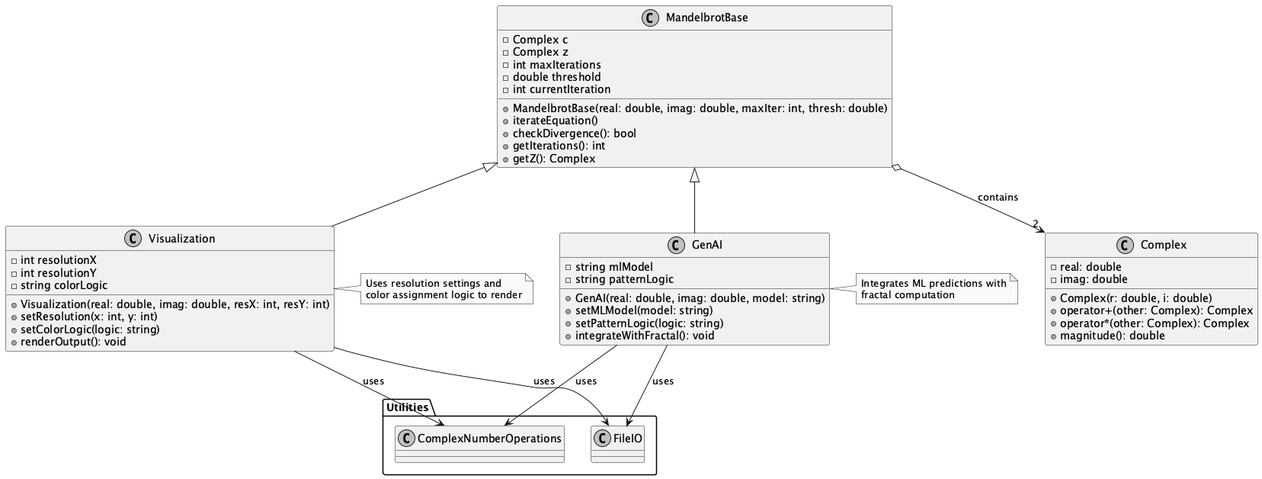
Earlier version of the PlantUML export uml.png (griffinkrutherford/AlmndBrd-Mandelbrot). Source of this version:
```plantuml
@startuml
skinparam monochrome true

class Complex {
  -real: double
  -imag: double
  +Complex(r: double, i: double)
  +operator+(other: Complex): Complex
  +operator*(other: Complex): Complex
  +magnitude(): double
}

class MandelbrotBase {
  -Complex c
  -Complex z
  -int maxIterations
  -double threshold
  -int currentIteration
  +MandelbrotBase(real: double, imag: double, maxIter: int, thresh: double)
  +iterateEquation()
  +checkDivergence(): bool
  +getIterations(): int
  +getZ(): Complex
}
MandelbrotBase o--> "2" Complex : contains

class Visualization {
  -int resolutionX
  -int resolutionY
  -string colorLogic
  +Visualization(real: double, imag: double, resX: int, resY: int)
  +setResolution(x: int, y: int)
  +setColorLogic(logic: string)
  +renderOutput(): void
}
MandelbrotBase <|-- Visualization

class GenAI {
  -string mlModel
  -string patternLogic
  +GenAI(real: double, imag: double, model: string)
  +setMLModel(model: string)
  +setPatternLogic(logic: string)
  +integrateWithFractal(): void
}
MandelbrotBase <|-- GenAI

note right of Visualization
  Uses resolution settings and
  color assignment logic to render
end note

note right of GenAI
  Integrates ML predictions with
  fractal computation
end note

package "Utilities" {
  class ComplexNumberOperations
  class FileIO
}
Visualization --> ComplexNumberOperations : uses
Visualization --> FileIO : uses
GenAI --> ComplexNumberOperations : uses
GenAI --> FileIO : uses

@enduml
```
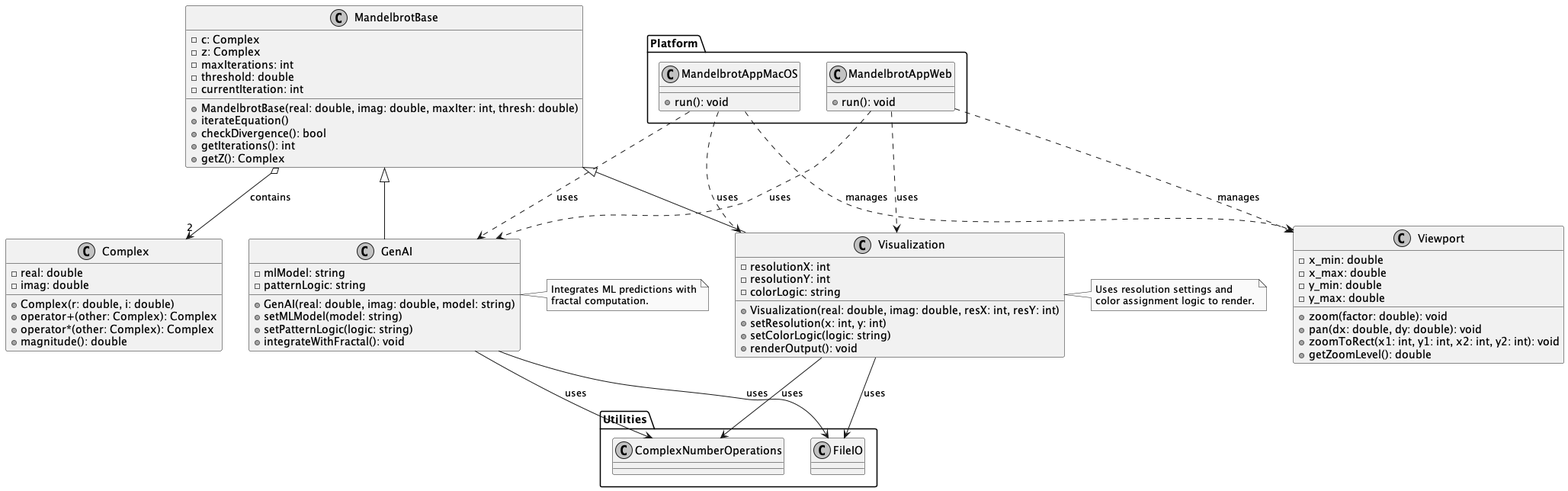
After the change.

What changed in the source:
```diff
@@ -2,57 +2,68 @@
 skinparam monochrome true
 
 class Complex {
-  -real: double
-  -imag: double
-  +Complex(r: double, i: double)
-  +operator+(other: Complex): Complex
-  +operator*(other: Complex): Complex
-  +magnitude(): double
+  - real: double
+  - imag: double
+  + Complex(r: double, i: double)
+  + operator+(other: Complex): Complex
+  + operator*(other: Complex): Complex
+  + magnitude(): double
 }
 
 class MandelbrotBase {
-  -Complex c
-  -Complex z
-  -int maxIterations
-  -double threshold
-  -int currentIteration
-  +MandelbrotBase(real: double, imag: double, maxIter: int, thresh: double)
-  +iterateEquation()
-  +checkDivergence(): bool
-  +getIterations(): int
-  +getZ(): Complex
+  - c: Complex
+  - z: Complex
+  - maxIterations: int
+  - threshold: double
+  - currentIteration: int
+  + MandelbrotBase(real: double, imag: double, maxIter: int, thresh: double)
+  + iterateEquation()
+  + checkDivergence(): bool
+  + getIterations(): int
+  + getZ(): Complex
 }
 MandelbrotBase o--> "2" Complex : contains
 
 class Visualization {
-  -int resolutionX
-  -int resolutionY
-  -string colorLogic
-  +Visualization(real: double, imag: double, resX: int, resY: int)
-  +setResolution(x: int, y: int)
-  +setColorLogic(logic: string)
-  +renderOutput(): void
+  - resolutionX: int
+  - resolutionY: int
+  - colorLogic: string
+  + Visualization(real: double, imag: double, resX: int, resY: int)
+  + setResolution(x: int, y: int)
+  + setColorLogic(logic: string)
+  + renderOutput(): void
 }
 MandelbrotBase <|-- Visualization
 
 class GenAI {
-  -string mlModel
-  -string patternLogic
-  +GenAI(real: double, imag: double, model: string)
-  +setMLModel(model: string)
-  +setPatternLogic(logic: string)
-  +integrateWithFractal(): void
+  - mlModel: string
+  - patternLogic: string
+  + GenAI(real: double, imag: double, model: string)
+  + setMLModel(model: string)
+  + setPatternLogic(logic: string)
+  + integrateWithFractal(): void
 }
 MandelbrotBase <|-- GenAI
 
+class Viewport {
+  - x_min: double
+  - x_max: double
+  - y_min: double
+  - y_max: double
+  + zoom(factor: double): void
+  + pan(dx: double, dy: double): void
+  + zoomToRect(x1: int, y1: int, x2: int, y2: int): void
+  + getZoomLevel(): double
+}
+
 note right of Visualization
   Uses resolution settings and
-  color assignment logic to render
+  color assignment logic to render.
 end note
 
 note right of GenAI
   Integrates ML predictions with
-  fractal computation
+  fractal computation.
 end note
 
 package "Utilities" {
@@ -64,4 +75,20 @@
 GenAI --> ComplexNumberOperations : uses
 GenAI --> FileIO : uses
 
+package "Platform" {
+  class MandelbrotAppMacOS {
+    + run(): void
+  }
+  class MandelbrotAppWeb {
+    + run(): void
+  }
+}
+MandelbrotAppMacOS ..> Visualization : uses
+MandelbrotAppMacOS ..> GenAI : uses
+MandelbrotAppMacOS ..> Viewport : manages
+
+MandelbrotAppWeb ..> Visualization : uses
+MandelbrotAppWeb ..> GenAI : uses
+MandelbrotAppWeb ..> Viewport : manages
+
 @enduml
```
